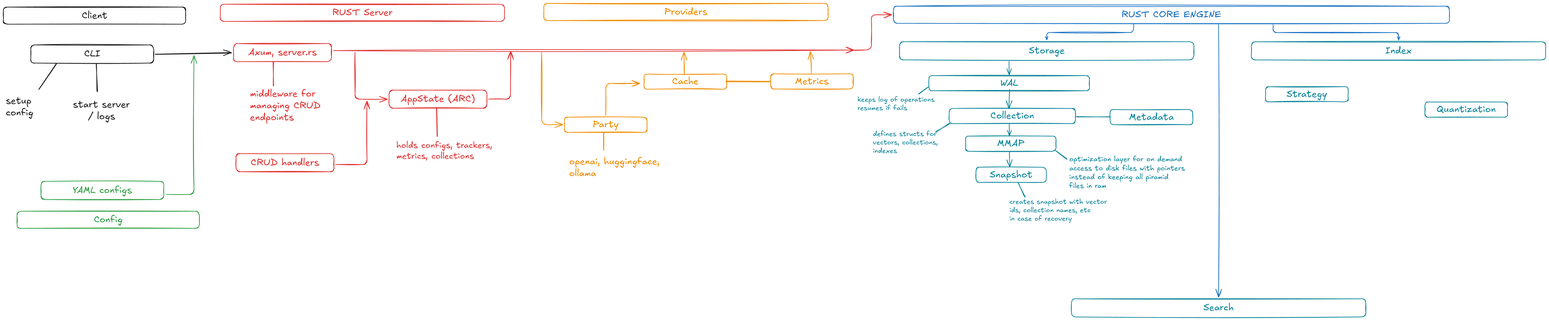
Above: assets/blogs/diagram.excalidraw.png in ashworks1706/piramid (Excalidraw), before the change. Source tidied: one line per element, renumbered; positions are measured from the earlier drawing's top-left corner, leaving out a move shared by most shapes.
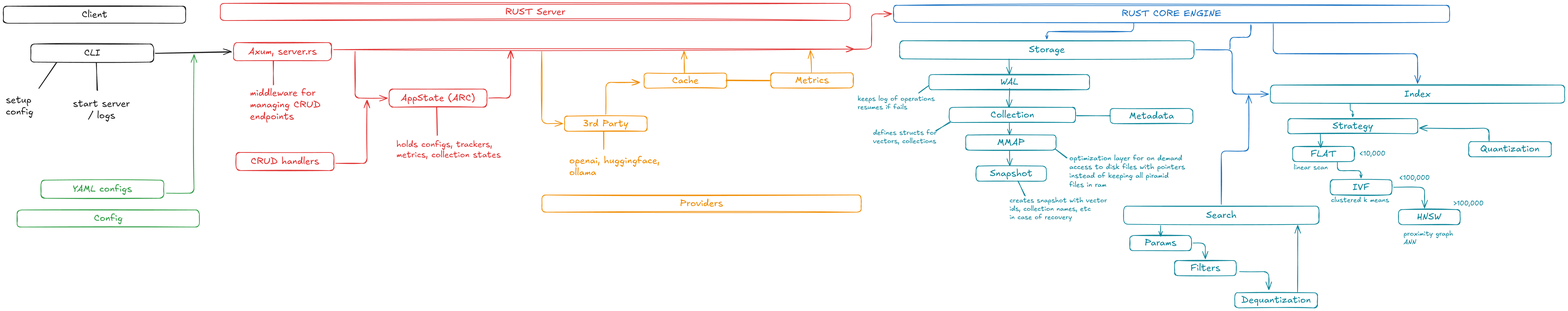
The same file after the commit.

What changed in the source:
```diff
@@ -8,8 +8,8 @@
 {"id": 7, "type": "text", "text": "start server\n    / logs", "strokeColor": "#1e1e1e", "strokeWidth": 2, "roughness": 1, "fontSize": 28, "fontFamily": 5, "x": 207, "y": 283, "width": 169, "height": 70}
 {"id": 8, "type": "rectangle", "strokeColor": "#1971c2", "strokeWidth": 2, "roughness": 1, "round": true, "x": 2643, "y": 8, "width": 1651, "height": 51}
 {"id": 9, "type": "text", "text": "RUST CORE ENGINE", "strokeColor": "#1971c2", "strokeWidth": 2, "roughness": 1, "fontSize": 28, "fontFamily": 5, "textAlign": "center", "verticalAlign": "middle", "inside": 8, "x": 3320, "y": 16, "width": 296, "height": 35}
-{"id": 10, "type": "rectangle", "strokeColor": "#e03131", "strokeWidth": 2, "roughness": 1, "round": true, "x": 644, "y": 3, "width": 844, "height": 51}
+{"id": 10, "type": "rectangle", "strokeColor": "#e03131", "strokeWidth": 2, "roughness": 1, "round": true, "x": 644, "y": 3, "width": 1870, "height": 51}
-{"id": 11, "type": "text", "text": "RUST Server", "strokeColor": "#e03131", "strokeWidth": 2, "roughness": 1, "fontSize": 28, "fontFamily": 5, "textAlign": "center", "verticalAlign": "middle", "inside": 10, "x": 977, "y": 11, "width": 179, "height": 35}
+{"id": 11, "type": "text", "text": "RUST Server", "strokeColor": "#e03131", "strokeWidth": 2, "roughness": 1, "fontSize": 28, "fontFamily": 5, "textAlign": "center", "verticalAlign": "middle", "inside": 10, "x": 1490, "y": 11, "width": 179, "height": 35}
 {"id": 12, "type": "rectangle", "strokeColor": "#e03131", "strokeWidth": 2, "roughness": 1, "round": true, "x": 684, "y": 119, "width": 291, "height": 54}
 {"id": 13, "type": "text", "text": "Axum, server.rs", "strokeColor": "#e03131", "strokeWidth": 2, "roughness": 1, "fontSize": 28, "fontFamily": 5, "textAlign": "center", "verticalAlign": "middle", "inside": 12, "x": 727, "y": 129, "width": 204, "height": 35}
 {"id": 14, "type": "line", "strokeColor": "#e03131", "strokeWidth": 2, "roughness": 1, "round": true, "x": 802, "y": 173, "width": 1, "height": 73, "points": [[0, 0], [1, 73]]}
@@ -18,7 +18,6 @@
 {"id": 17, "type": "rectangle", "strokeColor": "#e03131", "strokeWidth": 2, "roughness": 1, "round": true, "x": 1145, "y": 257, "width": 291, "height": 54}
 {"id": 18, "type": "text", "text": "AppState (ARC)", "strokeColor": "#e03131", "strokeWidth": 2, "roughness": 1, "fontSize": 28, "fontFamily": 5, "textAlign": "center", "verticalAlign": "middle", "inside": 17, "x": 1180, "y": 267, "width": 221, "height": 35}
 {"id": 19, "type": "line", "strokeColor": "#e03131", "strokeWidth": 2, "roughness": 1, "round": true, "x": 1286, "y": 310, "width": 3, "height": 84, "points": [[0, 0], [3, 84]]}
-{"id": 20, "type": "text", "text": "holds configs, trackers,\nmetrics, collections", "strokeColor": "#e03131", "strokeWidth": 2, "roughness": 1, "fontSize": 25.07, "fontFamily": 5, "x": 1167, "y": 406, "width": 285, "height": 63}
 {"id": 21, "type": "rectangle", "strokeColor": "#2f9e44", "strokeWidth": 2, "roughness": 1, "round": true, "x": 41, "y": 616, "width": 541, "height": 51}
 {"id": 22, "type": "text", "text": "Config", "strokeColor": "#2f9e44", "strokeWidth": 2, "roughness": 1, "fontSize": 28, "fontFamily": 5, "textAlign": "center", "verticalAlign": "middle", "inside": 21, "x": 269, "y": 624, "width": 85, "height": 35}
 {"id": 23, "type": "rectangle", "strokeColor": "#2f9e44", "strokeWidth": 2, "roughness": 1, "round": true, "x": 112, "y": 528, "width": 365, "height": 54}
@@ -38,10 +37,10 @@
 {"id": 37, "type": "rectangle", "strokeColor": "#e03131", "strokeWidth": 2, "roughness": 1, "round": true, "x": 691, "y": 446, "width": 291, "height": 54}
 {"id": 38, "type": "text", "text": "CRUD handlers", "strokeColor": "#e03131", "strokeWidth": 2, "roughness": 1, "fontSize": 28, "fontFamily": 5, "textAlign": "center", "verticalAlign": "middle", "inside": 37, "x": 734, "y": 455, "width": 203, "height": 35}
 {"id": 39, "type": "arrow", "strokeColor": "#e03131", "strokeWidth": 2, "roughness": 1, "endArrowhead": "arrow", "from": 37, "x": 986, "y": 478, "width": 93, "height": 188, "points": [[0, 0], [93, 0], [93, -188]]}
-{"id": 40, "type": "rectangle", "strokeColor": "#f08c00", "strokeWidth": 2, "roughness": 1, "round": true, "x": 1604, "y": 0, "width": 844, "height": 51}
+{"id": 40, "type": "rectangle", "strokeColor": "#f08c00", "strokeWidth": 2, "roughness": 1, "round": true, "x": 1599, "y": 572, "width": 948, "height": 51}
-{"id": 41, "type": "text", "text": "Providers", "strokeColor": "#f08c00", "strokeWidth": 2, "roughness": 1, "fontSize": 28, "fontFamily": 5, "textAlign": "center", "verticalAlign": "middle", "inside": 40, "x": 1962, "y": 8, "width": 128, "height": 35}
+{"id": 41, "type": "text", "text": "Providers", "strokeColor": "#f08c00", "strokeWidth": 2, "roughness": 1, "fontSize": 28, "fontFamily": 5, "textAlign": "center", "verticalAlign": "middle", "inside": 40, "x": 2009, "y": 580, "width": 128, "height": 35}
 {"id": 42, "type": "rectangle", "strokeColor": "#f08c00", "strokeWidth": 2, "roughness": 1, "round": true, "x": 1666, "y": 338, "width": 245, "height": 45}
-{"id": 43, "type": "text", "text": "Party", "strokeColor": "#f08c00", "strokeWidth": 2, "roughness": 1, "fontSize": 28, "fontFamily": 5, "textAlign": "center", "verticalAlign": "middle", "inside": 42, "x": 1750, "y": 343, "width": 77, "height": 35}
+{"id": 43, "type": "text", "text": "3rd Party", "strokeColor": "#f08c00", "strokeWidth": 2, "roughness": 1, "fontSize": 28, "fontFamily": 5, "textAlign": "center", "verticalAlign": "middle", "inside": 42, "x": 1722, "y": 343, "width": 134, "height": 35}
 {"id": 44, "type": "rectangle", "strokeColor": "#f08c00", "strokeWidth": 2, "roughness": 1, "round": true, "x": 1902, "y": 210, "width": 245, "height": 45}
 {"id": 45, "type": "text", "text": "Cache", "strokeColor": "#f08c00", "strokeWidth": 2, "roughness": 1, "fontSize": 28, "fontFamily": 5, "textAlign": "center", "verticalAlign": "middle", "inside": 44, "x": 1985, "y": 215, "width": 79, "height": 35}
 {"id": 46, "type": "rectangle", "strokeColor": "#f08c00", "strokeWidth": 2, "roughness": 1, "round": true, "x": 2278, "y": 209, "width": 245, "height": 45}
@@ -61,24 +60,54 @@
 {"id": 60, "type": "arrow", "strokeColor": "#0c8599", "strokeWidth": 2, "roughness": 1, "endArrowhead": "arrow", "from": 31, "to": 55, "x": 2986, "y": 357, "width": 1, "height": 36, "points": [[0, 0], [1, 36]]}
 {"id": 61, "type": "arrow", "strokeColor": "#0c8599", "strokeWidth": 2, "roughness": 1, "endArrowhead": "arrow", "from": 55, "to": 57, "x": 2987, "y": 439, "width": 1, "height": 46, "points": [[0, 0], [1, 46]]}
 {"id": 62, "type": "line", "strokeColor": "#0c8599", "strokeWidth": 2, "roughness": 1, "round": true, "x": 3286, "y": 336, "width": 100, "height": 0, "points": [[0, 0], [-100, 0]]}
-{"id": 63, "type": "arrow", "strokeColor": "#0c8599", "strokeWidth": 2, "roughness": 1, "endArrowhead": "arrow", "from": 26, "to": 33, "x": 2986, "y": 172, "width": 1, "height": 40, "points": [[0, 0], [1, 40]]}
+{"id": 63, "type": "arrow", "strokeColor": "#0c8599", "strokeWidth": 2, "roughness": 1, "endArrowhead": "arrow", "from": 26, "to": 33, "x": 2986, "y": 168, "width": 1, "height": 46, "points": [[0, 0], [1, 46]]}
 {"id": 64, "type": "line", "strokeColor": "#0c8599", "strokeWidth": 2, "roughness": 1, "round": true, "x": 2747, "y": 246, "width": 30, "height": 22, "points": [[0, 0], [-30, 22]]}
 {"id": 65, "type": "text", "text": "keeps log of operations\nresumes if fails", "strokeColor": "#0c8599", "strokeWidth": 2, "roughness": 1, "fontSize": 20, "fontFamily": 5, "x": 2536, "y": 274, "width": 229, "height": 50}
-{"id": 66, "type": "text", "text": "defines structs for\nvectors, collections, \nindexes\n", "strokeColor": "#0c8599", "strokeWidth": 2, "roughness": 1, "fontSize": 20, "fontFamily": 5, "x": 2582, "y": 375, "width": 201, "height": 100}
+{"id": 66, "type": "text", "text": "defines structs for\nvectors, collections\n", "strokeColor": "#0c8599", "strokeWidth": 2, "roughness": 1, "fontSize": 20, "fontFamily": 5, "x": 2582, "y": 375, "width": 189, "height": 75}
 {"id": 67, "type": "line", "strokeColor": "#0c8599", "strokeWidth": 2, "roughness": 1, "round": true, "x": 2811, "y": 355, "width": 42, "height": 27, "points": [[0, 0], [-42, 27]]}
 {"id": 68, "type": "text", "text": "optimization layer for on demand \naccess to disk files with pointers \ninstead of keeping all piramid\nfiles in ram ", "strokeColor": "#0c8599", "strokeWidth": 2, "roughness": 1, "fontSize": 21.03, "fontFamily": 5, "x": 3165, "y": 450, "width": 352, "height": 105}
 {"id": 69, "type": "line", "strokeColor": "#0c8599", "strokeWidth": 2, "roughness": 1, "round": true, "x": 3157, "y": 462, "width": 34, "height": 26, "points": [[0, 0], [-34, -26]]}
 {"id": 70, "type": "line", "strokeColor": "#0c8599", "strokeWidth": 2, "roughness": 1, "round": true, "x": 3013, "y": 531, "width": 19, "height": 44, "points": [[0, 0], [19, 44]]}
 {"id": 71, "type": "text", "text": "creates snapshot with vector\nids, collection names, etc\nin case of recovery", "strokeColor": "#0c8599", "strokeWidth": 2, "roughness": 1, "fontSize": 20, "fontFamily": 5, "x": 2987, "y": 576, "width": 294, "height": 75}
-{"id": 72, "type": "rectangle", "strokeColor": "#0c8599", "strokeWidth": 2, "roughness": 1, "round": true, "x": 3171, "y": 876, "width": 874, "height": 54}
+{"id": 72, "type": "rectangle", "strokeColor": "#0c8599", "strokeWidth": 2, "roughness": 1, "round": true, "x": 3326, "y": 605, "width": 580, "height": 54}
-{"id": 73, "type": "text", "text": "Search", "strokeColor": "#0c8599", "strokeWidth": 2, "roughness": 1, "fontSize": 28, "fontFamily": 5, "textAlign": "center", "verticalAlign": "middle", "inside": 72, "x": 3563, "y": 886, "width": 90, "height": 35}
+{"id": 73, "type": "text", "text": "Search", "strokeColor": "#0c8599", "strokeWidth": 2, "roughness": 1, "fontSize": 28, "fontFamily": 5, "textAlign": "center", "verticalAlign": "middle", "inside": 72, "x": 3571, "y": 615, "width": 90, "height": 35}
-{"id": 74, "type": "rectangle", "strokeColor": "#0c8599", "strokeWidth": 2, "roughness": 1, "round": true, "x": 3705, "y": 114, "width": 874, "height": 54}
+{"id": 74, "type": "rectangle", "strokeColor": "#0c8599", "strokeWidth": 2, "roughness": 1, "round": true, "x": 3761, "y": 245, "width": 874, "height": 54}
-{"id": 75, "type": "text", "text": "Index", "strokeColor": "#0c8599", "strokeWidth": 2, "roughness": 1, "fontSize": 28, "fontFamily": 5, "textAlign": "center", "verticalAlign": "middle", "inside": 74, "x": 4103, "y": 123, "width": 79, "height": 35}
+{"id": 75, "type": "text", "text": "Index", "strokeColor": "#0c8599", "strokeWidth": 2, "roughness": 1, "fontSize": 28, "fontFamily": 5, "textAlign": "center", "verticalAlign": "middle", "inside": 74, "x": 4159, "y": 255, "width": 79, "height": 35}
 {"id": 76, "type": "arrow", "strokeColor": "#e03131", "strokeWidth": 2, "roughness": 1, "endArrowhead": "arrow", "to": 8, "x": 2510, "y": 138, "width": 128, "height": 105, "points": [[0, 0], [67, 0], [67, -105], [128, -105]]}
 {"id": 77, "type": "arrow", "strokeColor": "#1971c2", "strokeWidth": 2, "roughness": 1, "endArrowhead": "arrow", "from": 8, "to": 26, "x": 3356, "y": 60, "width": 258, "height": 48, "points": [[0, 0], [0, 26], [-258, 26], [-258, 48]]}
-{"id": 78, "type": "arrow", "strokeColor": "#1971c2", "strokeWidth": 2, "roughness": 1, "endArrowhead": "arrow", "from": 8, "to": 74, "x": 3770, "y": 63, "width": 373, "height": 46, "points": [[0, 0], [0, 23], [373, 23], [373, 46]]}
+{"id": 78, "type": "arrow", "strokeColor": "#1971c2", "strokeWidth": 2, "roughness": 1, "endArrowhead": "arrow", "from": 8, "to": 74, "x": 3770, "y": 63, "width": 429, "height": 177, "points": [[0, 0], [0, 89], [429, 89], [429, 177]]}
-{"id": 79, "type": "arrow", "strokeColor": "#1971c2", "strokeWidth": 2, "roughness": 1, "endArrowhead": "arrow", "from": 8, "to": 72, "x": 3608, "y": 63, "width": 0, "height": 808, "points": [[0, 0], [0, 808]]}
-{"id": 80, "type": "rectangle", "strokeColor": "#0c8599", "strokeWidth": 2, "roughness": 1, "round": true, "x": 3747, "y": 247, "width": 245, "height": 45}
+{"id": 80, "type": "rectangle", "strokeColor": "#0c8599", "strokeWidth": 2, "roughness": 1, "round": true, "x": 3813, "y": 345, "width": 385, "height": 45}
-{"id": 81, "type": "text", "text": "Strategy", "strokeColor": "#0c8599", "strokeWidth": 2, "roughness": 1, "fontSize": 28, "fontFamily": 5, "textAlign": "center", "verticalAlign": "middle", "inside": 80, "x": 3810, "y": 252, "width": 120, "height": 35}
+{"id": 81, "type": "text", "text": "Strategy", "strokeColor": "#0c8599", "strokeWidth": 2, "roughness": 1, "fontSize": 28, "fontFamily": 5, "textAlign": "center", "verticalAlign": "middle", "inside": 80, "x": 3946, "y": 350, "width": 120, "height": 35}
-{"id": 82, "type": "rectangle", "strokeColor": "#0c8599", "strokeWidth": 2, "roughness": 1, "round": true, "x": 4220, "y": 293, "width": 245, "height": 45}
+{"id": 82, "type": "rectangle", "strokeColor": "#0c8599", "strokeWidth": 2, "roughness": 1, "round": true, "x": 4350, "y": 413, "width": 245, "height": 45}
-{"id": 83, "type": "text", "text": "Quantization", "strokeColor": "#0c8599", "strokeWidth": 2, "roughness": 1, "fontSize": 28, "fontFamily": 5, "textAlign": "center", "verticalAlign": "middle", "inside": 82, "x": 4255, "y": 298, "width": 176, "height": 35}
+{"id": 83, "type": "text", "text": "Quantization", "strokeColor": "#0c8599", "strokeWidth": 2, "roughness": 1, "fontSize": 28, "fontFamily": 5, "textAlign": "center", "verticalAlign": "middle", "inside": 82, "x": 4385, "y": 418, "width": 176, "height": 35}
+{"id": 84, "type": "arrow", "strokeColor": "#1971c2", "strokeWidth": 2, "roughness": 1, "endArrowhead": "arrow", "from": 8, "x": 3703, "y": 66, "width": 63, "height": 72, "points": [[0, 0], [0, 38], [-62, 38], [-62, 72], [-63, 72]]}
+{"id": 85, "type": "rectangle", "strokeColor": "#0c8599", "strokeWidth": 2, "roughness": 1, "round": true, "x": 4142, "y": 615, "width": 183, "height": 45}
+{"id": 86, "type": "text", "text": "HNSW", "strokeColor": "#0c8599", "strokeWidth": 2, "roughness": 1, "fontSize": 28, "fontFamily": 5, "textAlign": "center", "verticalAlign": "middle", "inside": 85, "x": 4197, "y": 620, "width": 73, "height": 35}
+{"id": 87, "type": "rectangle", "strokeColor": "#0c8599", "strokeWidth": 2, "roughness": 1, "round": true, "x": 3939, "y": 527, "width": 183, "height": 45}
+{"id": 88, "type": "text", "text": "IVF", "strokeColor": "#0c8599", "strokeWidth": 2, "roughness": 1, "fontSize": 28, "fontFamily": 5, "textAlign": "center", "verticalAlign": "middle", "inside": 87, "x": 4005, "y": 532, "width": 50, "height": 35}
+{"id": 89, "type": "rectangle", "strokeColor": "#0c8599", "strokeWidth": 2, "roughness": 1, "round": true, "x": 3828, "y": 428, "width": 183, "height": 45}
+{"id": 90, "type": "text", "text": "FLAT", "strokeColor": "#0c8599", "strokeWidth": 2, "roughness": 1, "fontSize": 28, "fontFamily": 5, "textAlign": "center", "verticalAlign": "middle", "inside": 89, "x": 3881, "y": 433, "width": 77, "height": 35}
+{"id": 91, "type": "text", "text": "linear scan", "strokeColor": "#0c8599", "strokeWidth": 2, "roughness": 1, "fontSize": 20, "fontFamily": 5, "x": 3831, "y": 478, "width": 101, "height": 25}
+{"id": 92, "type": "text", "text": "clustered k means", "strokeColor": "#0c8599", "strokeWidth": 2, "roughness": 1, "fontSize": 20, "fontFamily": 5, "x": 3942, "y": 575, "width": 172, "height": 25}
+{"id": 93, "type": "text", "text": "proximity graph\nANN", "strokeColor": "#0c8599", "strokeWidth": 2, "roughness": 1, "fontSize": 20, "fontFamily": 5, "x": 4157, "y": 675, "width": 147, "height": 50}
+{"id": 94, "type": "arrow", "strokeColor": "#0c8599", "strokeWidth": 2, "roughness": 1, "endArrowhead": "arrow", "from": 89, "to": 87, "x": 3960, "y": 475, "width": 70, "height": 46, "points": [[0, 0], [0, 24], [70, 24], [70, 46]]}
+{"id": 95, "type": "arrow", "strokeColor": "#0c8599", "strokeWidth": 2, "roughness": 1, "endArrowhead": "arrow", "from": 87, "to": 85, "x": 4127, "y": 549, "width": 92, "height": 62, "points": [[0, 0], [92, 0], [92, 62]]}
+{"id": 96, "type": "arrow", "strokeColor": "#0c8599", "strokeWidth": 2, "roughness": 1, "endArrowhead": "arrow", "from": 82, "to": 80, "x": 4411, "y": 412, "width": 207, "height": 38, "points": [[0, 0], [0, -38], [-207, -38]]}
+{"id": 97, "type": "arrow", "strokeColor": "#0c8599", "strokeWidth": 2, "roughness": 1, "endArrowhead": "arrow", "from": 80, "to": 89, "x": 3910, "y": 391, "width": 1, "height": 40, "points": [[0, 0], [1, 40]]}
+{"id": 98, "type": "text", "text": "<10,000", "strokeColor": "#0c8599", "strokeWidth": 2, "roughness": 1, "fontSize": 20, "fontFamily": 5, "x": 4026, "y": 437, "width": 77, "height": 25}
+{"id": 99, "type": "text", "text": "<100,000", "strokeColor": "#0c8599", "strokeWidth": 2, "roughness": 1, "fontSize": 20, "fontFamily": 5, "x": 4144, "y": 509, "width": 90, "height": 25}
+{"id": 100, "type": "text", "text": ">100,000", "strokeColor": "#0c8599", "strokeWidth": 2, "roughness": 1, "fontSize": 20, "fontFamily": 5, "x": 4304, "y": 585, "width": 90, "height": 25}
+{"id": 101, "type": "arrow", "strokeColor": "#1971c2", "strokeWidth": 2, "roughness": 1, "endArrowhead": "arrow", "from": 26, "to": 74, "x": 3540, "y": 140, "width": 216, "height": 132, "points": [[0, 0], [108, 0], [108, 132], [216, 132]]}
+{"id": 102, "type": "arrow", "strokeColor": "#1971c2", "strokeWidth": 2, "roughness": 1, "endArrowhead": "arrow", "from": 72, "x": 3616, "y": 600, "width": 81, "height": 325, "points": [[0, 0], [0, -159], [81, -159], [81, -325]]}
+{"id": 103, "type": "rectangle", "strokeColor": "#0c8599", "strokeWidth": 2, "roughness": 1, "round": true, "x": 3344, "y": 692, "width": 183, "height": 45}
+{"id": 104, "type": "text", "text": "Params", "strokeColor": "#0c8599", "strokeWidth": 2, "roughness": 1, "fontSize": 28, "fontFamily": 5, "textAlign": "center", "verticalAlign": "middle", "inside": 103, "x": 3388, "y": 697, "width": 95, "height": 35}
+{"id": 105, "type": "rectangle", "strokeColor": "#0c8599", "strokeWidth": 2, "roughness": 1, "round": true, "x": 3477, "y": 767, "width": 183, "height": 45}
+{"id": 106, "type": "text", "text": "Filters", "strokeColor": "#0c8599", "strokeWidth": 2, "roughness": 1, "fontSize": 28, "fontFamily": 5, "textAlign": "center", "verticalAlign": "middle", "inside": 105, "x": 3524, "y": 772, "width": 89, "height": 35}
+{"id": 107, "type": "rectangle", "strokeColor": "#0c8599", "strokeWidth": 2, "roughness": 1, "round": true, "x": 3656, "y": 862, "width": 245, "height": 45}
+{"id": 108, "type": "text", "text": "Dequantization", "strokeColor": "#0c8599", "strokeWidth": 2, "roughness": 1, "fontSize": 28, "fontFamily": 5, "textAlign": "center", "verticalAlign": "middle", "inside": 107, "x": 3675, "y": 867, "width": 206, "height": 35}
+{"id": 109, "type": "arrow", "strokeColor": "#0c8599", "strokeWidth": 2, "roughness": 1, "endArrowhead": "arrow", "from": 72, "to": 103, "x": 3436, "y": 663, "width": 0, "height": 32, "points": [[0, 0], [0, 32]]}
+{"id": 110, "type": "arrow", "strokeColor": "#0c8599", "strokeWidth": 2, "roughness": 1, "endArrowhead": "arrow", "from": 103, "to": 105, "x": 3532, "y": 715, "width": 37, "height": 47, "points": [[0, 0], [37, 0], [37, 47]]}
+{"id": 111, "type": "arrow", "strokeColor": "#0c8599", "strokeWidth": 2, "roughness": 1, "endArrowhead": "arrow", "from": 105, "to": 107, "x": 3670, "y": 800, "width": 87, "height": 54, "points": [[0, 0], [87, 0], [87, 54]]}
+{"id": 112, "type": "arrow", "strokeColor": "#0c8599", "strokeWidth": 2, "roughness": 1, "endArrowhead": "arrow", "from": 107, "to": 72, "x": 3842, "y": 861, "width": 1, "height": 198, "points": [[0, 0], [1, -198]]}
+{"id": 113, "type": "arrow", "strokeColor": "#0c8599", "strokeWidth": 2, "roughness": 1, "endArrowhead": "arrow", "from": 74, "to": 80, "x": 3999, "y": 300, "width": 7, "height": 40, "points": [[0, 0], [0, 22], [7, 22], [7, 40]]}
+{"id": 20, "type": "text", "text": "holds configs, trackers,\nmetrics, collection states", "strokeColor": "#e03131", "strokeWidth": 2, "roughness": 1, "fontSize": 25.07, "fontFamily": 5, "x": 1167, "y": 406, "width": 310, "height": 63}
```
